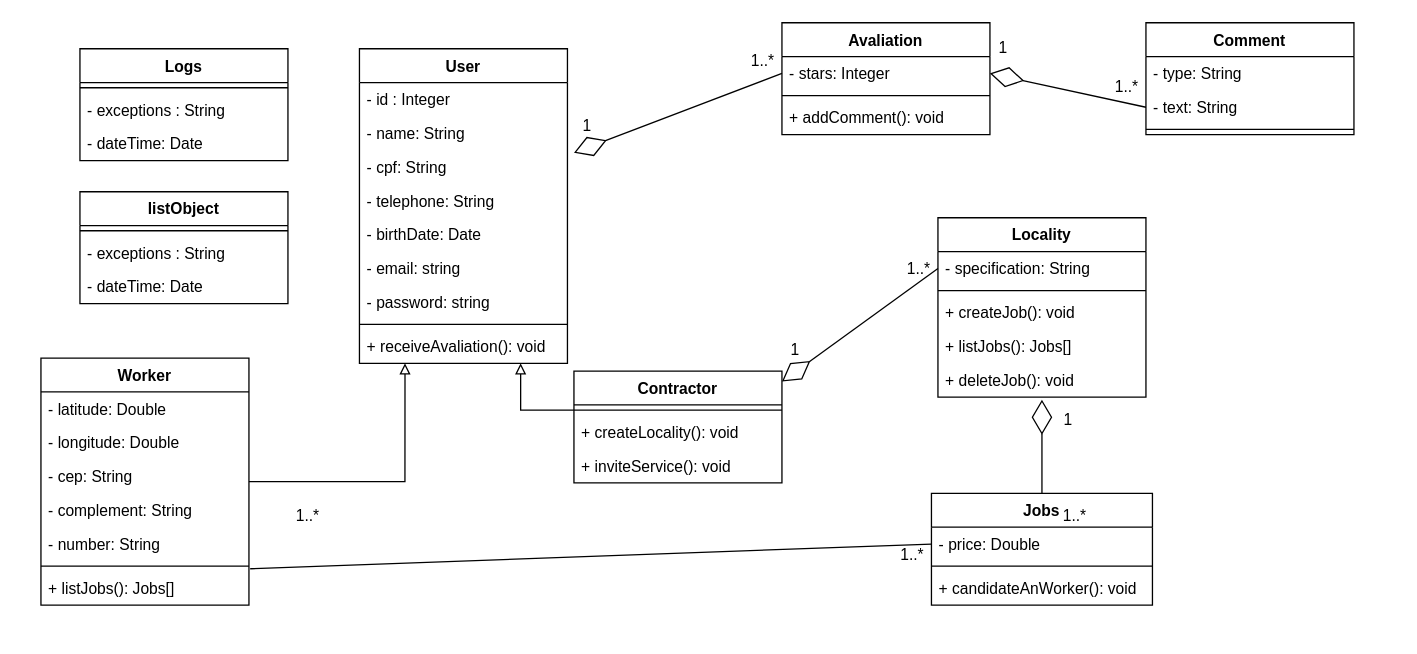
The draw.io diagram Diagramas/diagrama de classes/class_diagram_iclean.drawio in robertogsl/Grupo1-3ADSA, before the edit. Source tidied: cells renumbered, new cells numbered last; positions are measured from the earlier drawing's top-left corner, leaving out a move shared by most shapes. Both pictures are drawn from the tidied source at 130%, with x=0, y=0 at pixel (40, 22).
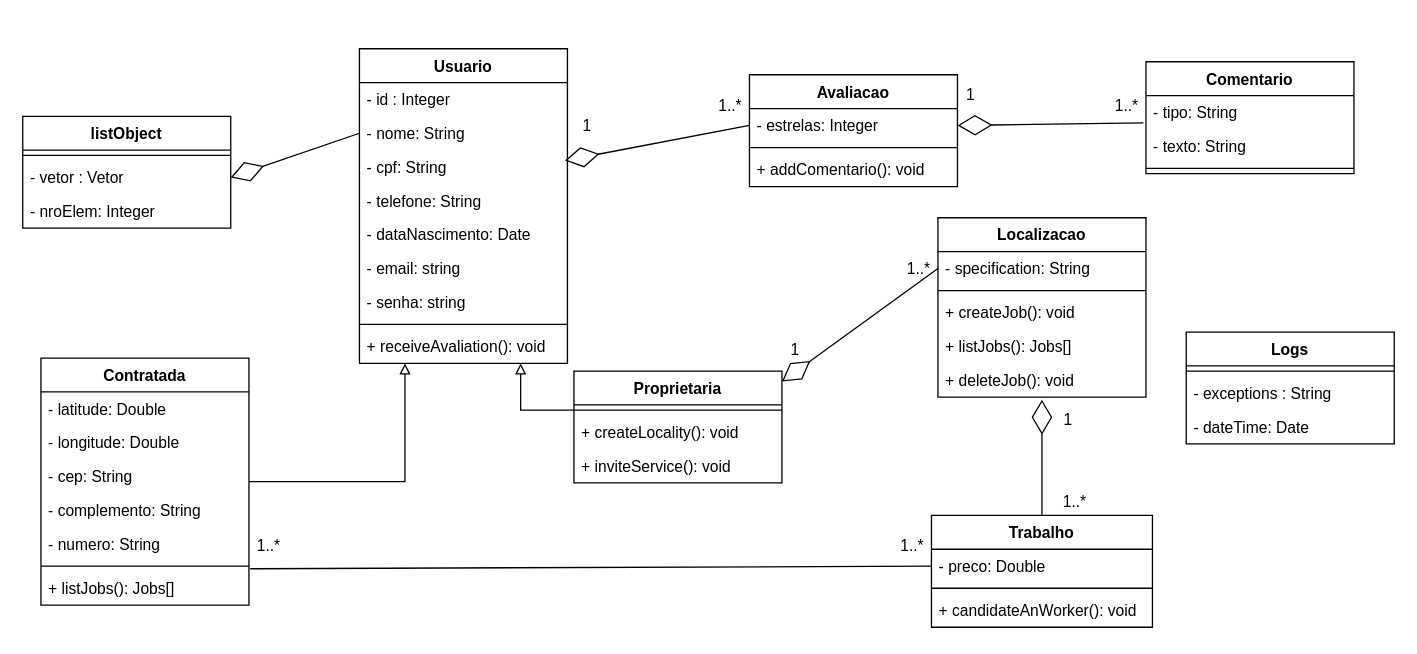
After the change.

Commit message:
Criação de endpoints de Login/Logoff

Unchanged cells that the change refers to:
```xml
<mxCell id="5" value="- cpf: String" style="text;strokeColor=none;fillColor=none;align=left;verticalAlign=top;spacingLeft=4;spacingRight=4;overflow=hidden;points=[[0,0.5],[1,0.5]];portConstraint=eastwest;" parent="2" vertex="1">
  <mxGeometry y="78" width="160" height="26" as="geometry" />
</mxCell>
```

What changed in the source:
```diff
@@
-    <mxCell id="2" value="User" style="swimlane;fontStyle=1;align=center;verticalAlign=top;horizontal=1;startSize=26;" parent="1" vertex="1">
+    <mxCell id="2" value="Usuario" style="swimlane;fontStyle=1;align=center;verticalAlign=top;horizontal=1;startSize=26;" parent="1" vertex="1">
       <mxGeometry x="245" y="20" width="160" height="242" as="geometry" />
     </mxCell>
@@
-    <mxCell id="4" value="- name: String" style="text;strokeColor=none;fillColor=none;align=left;verticalAlign=top;spacingLeft=4;spacingRight=4;overflow=hidden;points=[[0,0.5],[1,0.5]];portConstraint=eastwest;" parent="2" vertex="1">
+    <mxCell id="4" value="- nome: String" style="text;strokeColor=none;fillColor=none;align=left;verticalAlign=top;spacingLeft=4;spacingRight=4;overflow=hidden;points=[[0,0.5],[1,0.5]];portConstraint=eastwest;" parent="2" vertex="1">
       <mxGeometry y="52" width="160" height="26" as="geometry" />
     </mxCell>
@@
-    <mxCell id="6" value="- telephone: String" style="text;strokeColor=none;fillColor=none;align=left;verticalAlign=top;spacingLeft=4;spacingRight=4;overflow=hidden;" parent="2" vertex="1">
+    <mxCell id="6" value="- telefone: String" style="text;strokeColor=none;fillColor=none;align=left;verticalAlign=top;spacingLeft=4;spacingRight=4;overflow=hidden;" parent="2" vertex="1">
       <mxGeometry y="104" width="160" height="26" as="geometry" />
     </mxCell>
-    <mxCell id="7" value="- birthDate: Date" style="text;strokeColor=none;fillColor=none;align=left;verticalAlign=top;spacingLeft=4;spacingRight=4;overflow=hidden;" parent="2" vertex="1">
+    <mxCell id="7" value="- dataNascimento: Date" style="text;strokeColor=none;fillColor=none;align=left;verticalAlign=top;spacingLeft=4;spacingRight=4;overflow=hidden;" parent="2" vertex="1">
       <mxGeometry y="130" width="160" height="26" as="geometry" />
     </mxCell>
@@
-    <mxCell id="9" value="- password: string" style="text;strokeColor=none;fillColor=none;align=left;verticalAlign=top;spacingLeft=4;spacingRight=4;overflow=hidden;" parent="2" vertex="1">
+    <mxCell id="9" value="- senha: string" style="text;strokeColor=none;fillColor=none;align=left;verticalAlign=top;spacingLeft=4;spacingRight=4;overflow=hidden;" parent="2" vertex="1">
       <mxGeometry y="182" width="160" height="26" as="geometry" />
     </mxCell>
@@
-    <mxCell id="13" value="Worker" style="swimlane;fontStyle=1;align=center;verticalAlign=top;horizontal=1;startSize=26;" parent="1" vertex="1">
+    <mxCell id="13" value="Contratada" style="swimlane;fontStyle=1;align=center;verticalAlign=top;horizontal=1;startSize=26;" parent="1" vertex="1">
       <mxGeometry y="258" width="160" height="190" as="geometry" />
     </mxCell>
@@
-    <mxCell id="17" value="- complement: String" style="text;strokeColor=none;fillColor=none;align=left;verticalAlign=top;spacingLeft=4;spacingRight=4;overflow=hidden;" parent="13" vertex="1">
+    <mxCell id="17" value="- complemento: String" style="text;strokeColor=none;fillColor=none;align=left;verticalAlign=top;spacingLeft=4;spacingRight=4;overflow=hidden;" parent="13" vertex="1">
       <mxGeometry y="104" width="160" height="26" as="geometry" />
     </mxCell>
-    <mxCell id="18" value="- number: String" style="text;strokeColor=none;fillColor=none;align=left;verticalAlign=top;spacingLeft=4;spacingRight=4;overflow=hidden;" parent="13" vertex="1">
+    <mxCell id="18" value="- numero: String" style="text;strokeColor=none;fillColor=none;align=left;verticalAlign=top;spacingLeft=4;spacingRight=4;overflow=hidden;" parent="13" vertex="1">
       <mxGeometry y="130" width="160" height="26" as="geometry" />
     </mxCell>
@@
-    <mxCell id="22" value="Contractor" style="swimlane;fontStyle=1;align=center;verticalAlign=top;horizontal=1;startSize=26;" parent="1" vertex="1">
+    <mxCell id="22" value="Proprietaria" style="swimlane;fontStyle=1;align=center;verticalAlign=top;horizontal=1;startSize=26;" parent="1" vertex="1">
       <mxGeometry x="410" y="268" width="160" height="86" as="geometry" />
     </mxCell>
@@
-    <mxCell id="26" value="Jobs" style="swimlane;fontStyle=1;align=center;verticalAlign=top;horizontal=1;startSize=26;" parent="1" vertex="1">
-      <mxGeometry x="685" y="362" width="170" height="86" as="geometry" />
+    <mxCell id="26" value="Trabalho" style="swimlane;fontStyle=1;align=center;verticalAlign=top;horizontal=1;startSize=26;" parent="1" vertex="1">
+      <mxGeometry x="685" y="379" width="170" height="86" as="geometry" />
     </mxCell>
-    <mxCell id="27" value="- price: Double" style="text;strokeColor=none;fillColor=none;align=left;verticalAlign=top;spacingLeft=4;spacingRight=4;overflow=hidden;points=[[0,0.5],[1,0.5]];portConstraint=eastwest;" parent="26" vertex="1">
+    <mxCell id="27" value="- preco: Double" style="text;strokeColor=none;fillColor=none;align=left;verticalAlign=top;spacingLeft=4;spacingRight=4;overflow=hidden;points=[[0,0.5],[1,0.5]];portConstraint=eastwest;" parent="26" vertex="1">
       <mxGeometry y="26" width="170" height="26" as="geometry" />
     </mxCell>
@@
-    <mxCell id="30" value="Avaliation" style="swimlane;fontStyle=1;align=center;verticalAlign=top;horizontal=1;startSize=26;" parent="1" vertex="1">
-      <mxGeometry x="570" width="160" height="86" as="geometry" />
+    <mxCell id="30" value="Avaliacao" style="swimlane;fontStyle=1;align=center;verticalAlign=top;horizontal=1;startSize=26;" parent="1" vertex="1">
+      <mxGeometry x="545" y="40" width="160" height="86" as="geometry" />
     </mxCell>
-    <mxCell id="31" value="- stars: Integer" style="text;strokeColor=none;fillColor=none;align=left;verticalAlign=top;spacingLeft=4;spacingRight=4;overflow=hidden;points=[[0,0.5],[1,0.5]];portConstraint=eastwest;" parent="30" vertex="1">
+    <mxCell id="31" value="- estrelas: Integer" style="text;strokeColor=none;fillColor=none;align=left;verticalAlign=top;spacingLeft=4;spacingRight=4;overflow=hidden;points=[[0,0.5],[1,0.5]];portConstraint=eastwest;" parent="30" vertex="1">
       <mxGeometry y="26" width="160" height="26" as="geometry" />
     </mxCell>
@@
-    <mxCell id="33" value="+ addComment(): void" style="text;strokeColor=none;fillColor=none;align=left;verticalAlign=top;spacingLeft=4;spacingRight=4;overflow=hidden;" parent="30" vertex="1">
+    <mxCell id="33" value="+ addComentario(): void" style="text;strokeColor=none;fillColor=none;align=left;verticalAlign=top;spacingLeft=4;spacingRight=4;overflow=hidden;" parent="30" vertex="1">
       <mxGeometry y="60" width="160" height="26" as="geometry" />
     </mxCell>
-    <mxCell id="34" style="endArrow=diamondThin;endFill=0;endSize=24;html=1;exitX=0;exitY=0.5;exitDx=0;exitDy=0;" parent="1" edge="1" source="31">
-      <mxGeometry relative="1" as="geometry">
-        <mxPoint x="410" y="100" as="targetPoint" />
-      </mxGeometry>
+    <mxCell id="34" style="endArrow=diamondThin;endFill=0;endSize=24;html=1;exitX=0;exitY=0.5;exitDx=0;exitDy=0;entryX=0.988;entryY=0.308;entryDx=0;entryDy=0;entryPerimeter=0;" parent="1" edge="1" source="31" target="5">
+      <mxGeometry relative="1" as="geometry" />
     </mxCell>
@@
     <mxCell id="36" value="1..*" style="text;html=1;align=center;verticalAlign=middle;strokeColor=none;" parent="1" vertex="1">
-      <mxGeometry x="540" y="20" width="30" height="20" as="geometry" />
+      <mxGeometry x="515" y="54" width="30" height="20" as="geometry" />
     </mxCell>
-    <mxCell id="37" value="Comment" style="swimlane;fontStyle=1;align=center;verticalAlign=top;horizontal=1;startSize=26;" parent="1" vertex="1">
-      <mxGeometry x="850" width="160" height="86" as="geometry" />
+    <mxCell id="37" value="Comentario" style="swimlane;fontStyle=1;align=center;verticalAlign=top;horizontal=1;startSize=26;" parent="1" vertex="1">
+      <mxGeometry x="850" y="30" width="160" height="86" as="geometry" />
     </mxCell>
-    <mxCell id="38" value="- type: String" style="text;strokeColor=none;fillColor=none;align=left;verticalAlign=top;spacingLeft=4;spacingRight=4;overflow=hidden;points=[[0,0.5],[1,0.5]];portConstraint=eastwest;" parent="37" vertex="1">
+    <mxCell id="38" value="- tipo: String" style="text;strokeColor=none;fillColor=none;align=left;verticalAlign=top;spacingLeft=4;spacingRight=4;overflow=hidden;points=[[0,0.5],[1,0.5]];portConstraint=eastwest;" parent="37" vertex="1">
       <mxGeometry y="26" width="160" height="26" as="geometry" />
     </mxCell>
-    <mxCell id="39" value="- text: String" style="text;strokeColor=none;fillColor=none;align=left;verticalAlign=top;spacingLeft=4;spacingRight=4;overflow=hidden;points=[[0,0.5],[1,0.5]];portConstraint=eastwest;" parent="37" vertex="1">
+    <mxCell id="39" value="- texto: String" style="text;strokeColor=none;fillColor=none;align=left;verticalAlign=top;spacingLeft=4;spacingRight=4;overflow=hidden;points=[[0,0.5],[1,0.5]];portConstraint=eastwest;" parent="37" vertex="1">
       <mxGeometry y="52" width="160" height="26" as="geometry" />
     </mxCell>
@@
-    <mxCell id="41" style="endArrow=diamondThin;endFill=0;endSize=24;html=1;entryX=1;entryY=0.5;entryDx=0;entryDy=0;exitX=0;exitY=0.5;exitDx=0;exitDy=0;" parent="1" edge="1" source="39" target="31">
+    <mxCell id="41" style="endArrow=diamondThin;endFill=0;endSize=24;html=1;entryX=1;entryY=0.5;entryDx=0;entryDy=0;exitX=-0.012;exitY=0.808;exitDx=0;exitDy=0;exitPerimeter=0;" parent="1" edge="1" source="38" target="31">
       <mxGeometry relative="1" as="geometry" />
     </mxCell>
     <mxCell id="42" value="1" style="text;html=1;align=center;verticalAlign=middle;strokeColor=none;" parent="1" vertex="1">
-      <mxGeometry x="730" y="10" width="20" height="20" as="geometry" />
+      <mxGeometry x="705" y="46" width="20" height="20" as="geometry" />
     </mxCell>
     <mxCell id="43" value="1..*" style="text;html=1;align=center;verticalAlign=middle;strokeColor=none;" parent="1" vertex="1">
-      <mxGeometry x="820" y="40" width="30" height="20" as="geometry" />
+      <mxGeometry x="820" y="54" width="30" height="20" as="geometry" />
     </mxCell>
-    <mxCell id="44" value="Locality" style="swimlane;fontStyle=1;align=center;verticalAlign=top;horizontal=1;startSize=26;" parent="1" vertex="1">
+    <mxCell id="44" value="Localizacao" style="swimlane;fontStyle=1;align=center;verticalAlign=top;horizontal=1;startSize=26;" parent="1" vertex="1">
       <mxGeometry x="690" y="150" width="160" height="138" as="geometry" />
     </mxCell>
@@
     <mxCell id="55" value="1..*" style="text;html=1;align=center;verticalAlign=middle;strokeColor=none;" parent="1" vertex="1">
-      <mxGeometry x="780" y="370" width="30" height="20" as="geometry" />
+      <mxGeometry x="780" y="359" width="30" height="20" as="geometry" />
     </mxCell>
     <mxCell id="56" value="1..*" style="text;html=1;align=center;verticalAlign=middle;strokeColor=none;" parent="1" vertex="1">
-      <mxGeometry x="655" y="400" width="30" height="20" as="geometry" />
+      <mxGeometry x="655" y="393" width="30" height="20" as="geometry" />
     </mxCell>
     <mxCell id="57" value="1..*" style="text;html=1;align=center;verticalAlign=middle;strokeColor=none;" parent="1" vertex="1">
-      <mxGeometry x="190" y="370" width="30" height="20" as="geometry" />
+      <mxGeometry x="160" y="393" width="30" height="20" as="geometry" />
     </mxCell>
@@
     <mxCell id="59" value="Logs" style="swimlane;fontStyle=1;align=center;verticalAlign=top;horizontal=1;startSize=26;" parent="1" vertex="1">
-      <mxGeometry x="30" y="20" width="160" height="86" as="geometry" />
+      <mxGeometry x="881" y="238" width="160" height="86" as="geometry" />
     </mxCell>
@@
     <mxCell id="63" value="listObject" style="swimlane;fontStyle=1;align=center;verticalAlign=top;horizontal=1;startSize=26;" parent="1" vertex="1">
-      <mxGeometry x="30" y="130" width="160" height="86" as="geometry" />
+      <mxGeometry x="-14" y="72" width="160" height="86" as="geometry" />
     </mxCell>
@@
-    <mxCell id="65" value="- exceptions : String" style="text;strokeColor=none;fillColor=none;align=left;verticalAlign=top;spacingLeft=4;spacingRight=4;overflow=hidden;points=[[0,0.5],[1,0.5]];portConstraint=eastwest;" parent="63" vertex="1">
+    <mxCell id="65" value="- vetor : Vetor" style="text;strokeColor=none;fillColor=none;align=left;verticalAlign=top;spacingLeft=4;spacingRight=4;overflow=hidden;points=[[0,0.5],[1,0.5]];portConstraint=eastwest;" parent="63" vertex="1">
       <mxGeometry y="34" width="160" height="26" as="geometry" />
     </mxCell>
-    <mxCell id="66" value="- dateTime: Date" style="text;strokeColor=none;fillColor=none;align=left;verticalAlign=top;spacingLeft=4;spacingRight=4;overflow=hidden;" parent="63" vertex="1">
+    <mxCell id="66" value="- nroElem: Integer" style="text;strokeColor=none;fillColor=none;align=left;verticalAlign=top;spacingLeft=4;spacingRight=4;overflow=hidden;" parent="63" vertex="1">
       <mxGeometry y="60" width="160" height="26" as="geometry" />
     </mxCell>
+    <mxCell id="67" style="endArrow=diamondThin;endFill=0;endSize=24;html=1;rounded=0;exitX=0;exitY=0.5;exitDx=0;exitDy=0;entryX=1;entryY=0.5;entryDx=0;entryDy=0;" parent="1" edge="1" source="4" target="65">
+      <mxGeometry relative="1" as="geometry" />
+    </mxCell>
```
